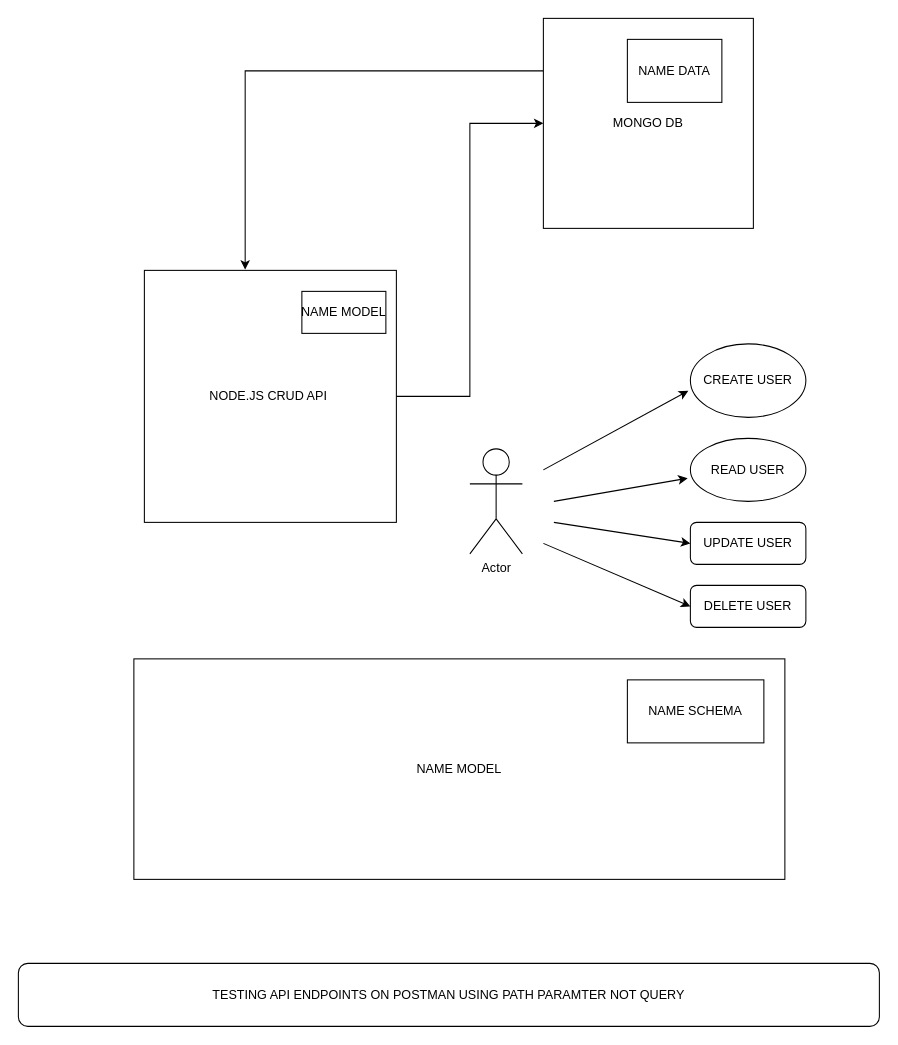
Earlier version of the draw.io diagram page "Page-1" (1 of 2) of Untitled Diagram.drawio (SoftwareSultanDavid/zuriboard_backend_stage_two). Source tidied: cells renumbered, new cells numbered last; positions are measured from the earlier drawing's top-left corner, leaving out a move shared by most shapes. Both pictures are drawn from the tidied source at 105%, with x=0, y=0 at pixel (18, 18).
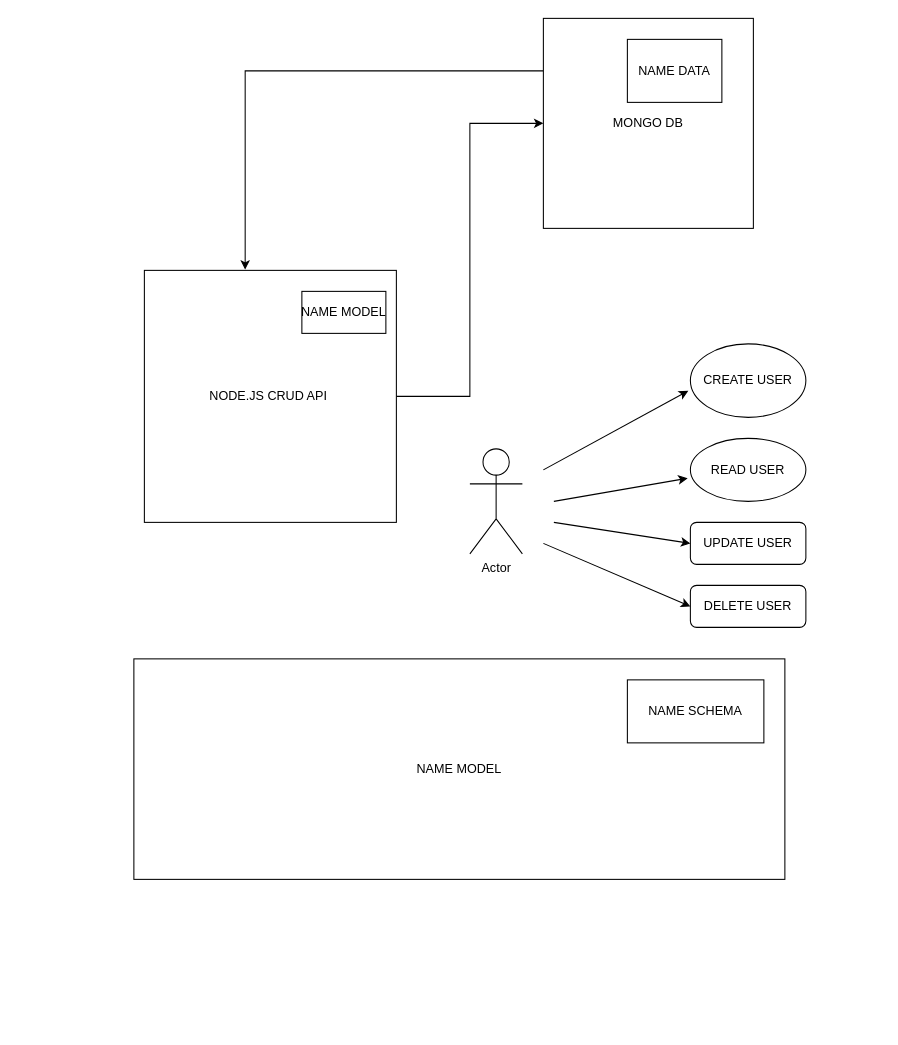
The same diagram, later.

Diff of the diagram source:
```diff
@@
-    <mxCell id="19" value="TESTING API ENDPOINTS ON POSTMAN USING PATH PARAMTER NOT QUERY" style="rounded=1;whiteSpace=wrap;html=1;" parent="1" vertex="1">
-      <mxGeometry y="900" width="820" height="60" as="geometry" />
-    </mxCell>
```
